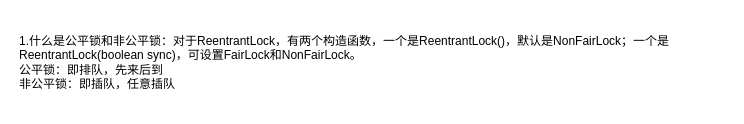
Earlier version of the draw.io diagram Java基础/多线程/Java锁.drawio (qouson/my-Java-note). Source tidied: cells renumbered, new cells numbered last; positions are measured from the earlier drawing's top-left corner, leaving out a move shared by most shapes. Both pictures are drawn from the tidied source at 100%, with x=0, y=0 at pixel (17, 17).
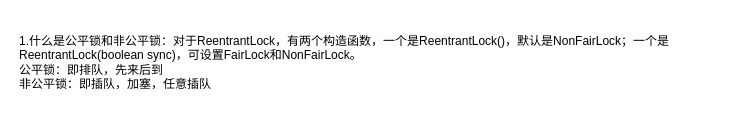
The same page after the edit.

What changed in the source:
```diff
@@
 <mxGraphModel>
   <root>
     <mxCell id="0" />
     <mxCell id="1" parent="0" />
-    <mxCell id="2" value="&lt;div align=&quot;left&quot;&gt;1.什么是公平锁和非公平锁：对于ReentrantLock，有两个构造函数，一个是ReentrantLock()，默认是NonFairLock；一个是ReentrantLock(boolean sync)，可设置FairLock和NonFairLock。&lt;/div&gt;&lt;div align=&quot;left&quot;&gt;公平锁：即排队，先来后到&lt;/div&gt;&lt;div align=&quot;left&quot;&gt;非公平锁：即插队，任意插队&lt;br&gt;&lt;/div&gt;" style="text;html=1;strokeColor=none;fillColor=none;align=left;verticalAlign=middle;whiteSpace=wrap;rounded=0;" parent="1" vertex="1">
+    <mxCell id="2" value="&lt;div align=&quot;left&quot;&gt;1.什么是公平锁和非公平锁：对于ReentrantLock，有两个构造函数，一个是ReentrantLock()，默认是NonFairLock；一个是ReentrantLock(boolean sync)，可设置FairLock和NonFairLock。&lt;/div&gt;&lt;div align=&quot;left&quot;&gt;公平锁：即排队，先来后到&lt;/div&gt;&lt;div align=&quot;left&quot;&gt;非公平锁：即插队，加塞，任意插队&lt;br&gt;&lt;/div&gt;" style="text;html=1;strokeColor=none;fillColor=none;align=left;verticalAlign=middle;whiteSpace=wrap;rounded=0;" parent="1" vertex="1">
       <mxGeometry width="710" height="90" as="geometry" />
     </mxCell>
   </root>
 </mxGraphModel>
```
